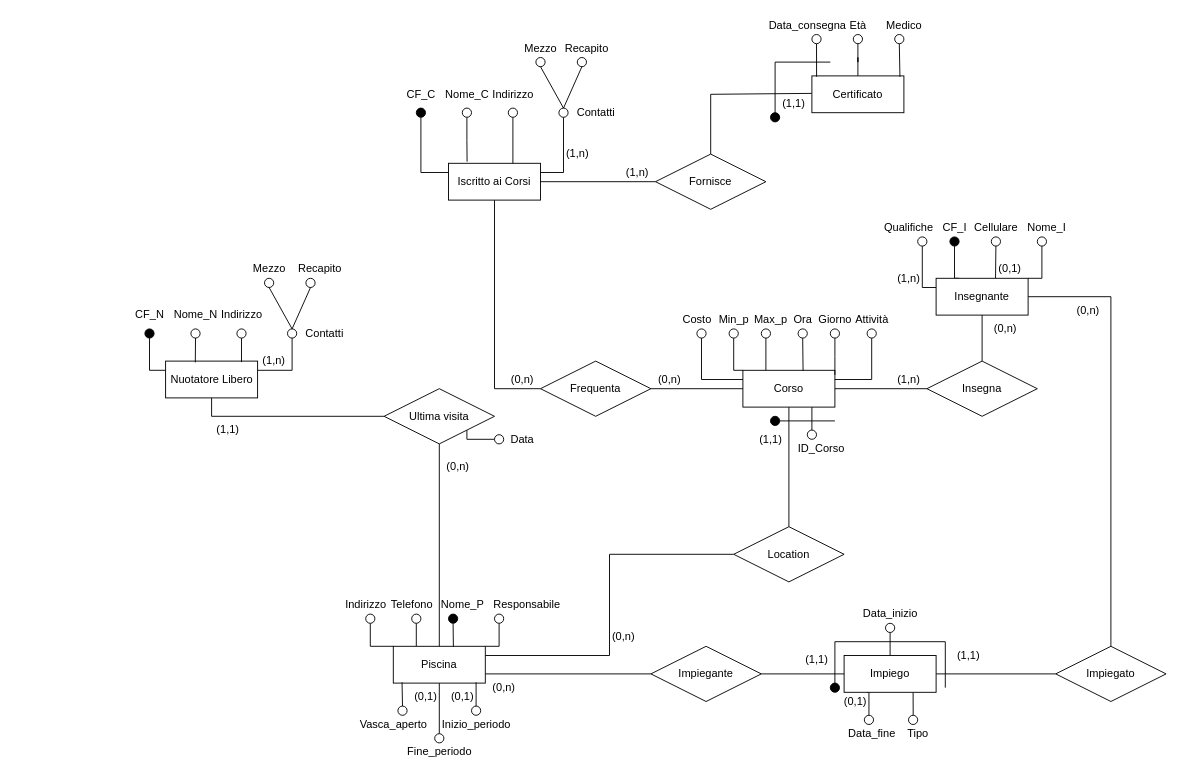
fra-dln/PiscineComunali keeps this draw.io diagram as ER Diagrams/logic diagram.drawio. Above is the earlier version. Source tidied: cells renumbered, new cells numbered last; positions are measured from the earlier drawing's top-left corner, leaving out a move shared by most shapes. Both pictures are drawn from the tidied source at 92%, with x=0, y=0 at pixel (126, 16).
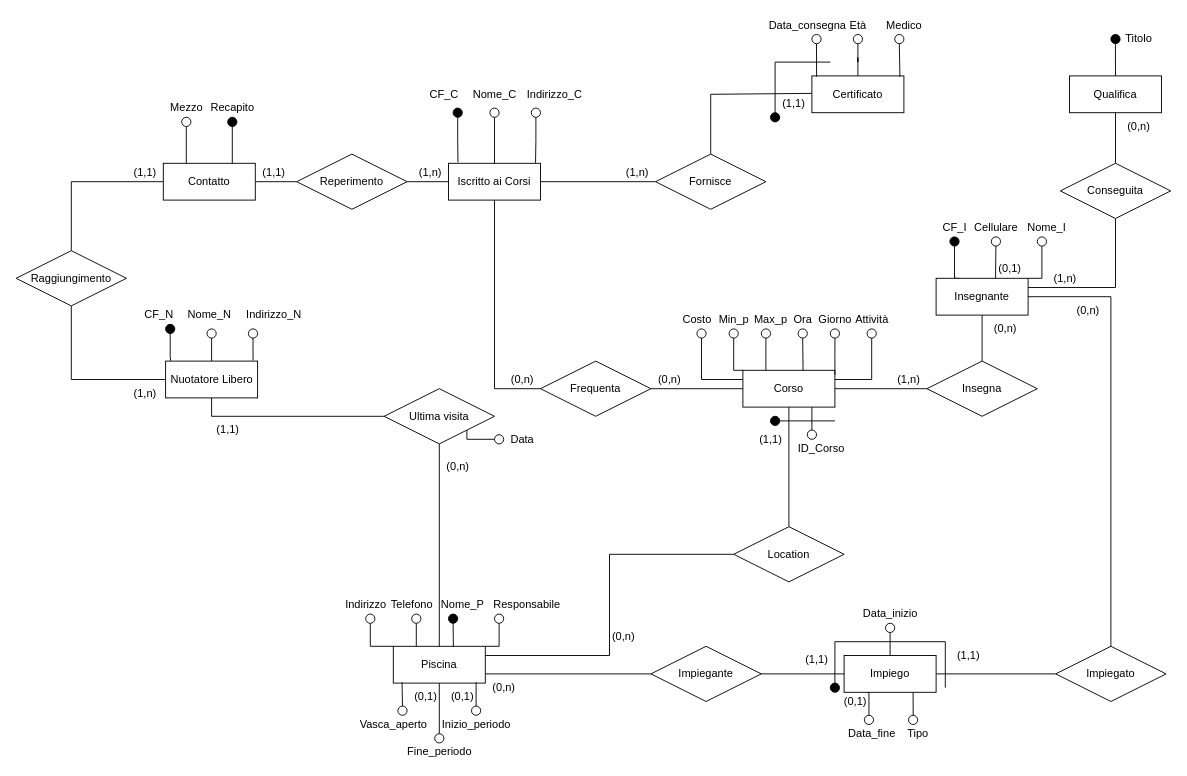
After the change.

Unchanged cells that the change refers to:
```xml
<mxCell id="5" value="Nuotatore Libero" style="whiteSpace=wrap;html=1;align=center;" parent="1" vertex="1">
  <mxGeometry x="42.5" y="375" width="100" height="40" as="geometry" />
</mxCell>
<mxCell id="8" value="Iscritto ai Corsi" style="whiteSpace=wrap;html=1;align=center;" parent="1" vertex="1">
  <mxGeometry x="350" y="160" width="100" height="40" as="geometry" />
</mxCell>
<mxCell id="17" value="Insegnante" style="whiteSpace=wrap;html=1;align=center;" parent="1" vertex="1">
  <mxGeometry x="880" y="285" width="100" height="40" as="geometry" />
</mxCell>
```

The edit, as a diff of the source:
```diff
@@
+    <mxCell id="171" style="edgeStyle=orthogonalEdgeStyle;rounded=0;jettySize=auto;html=1;exitX=1;exitY=0.25;exitDx=0;exitDy=0;endArrow=none;endFill=0;" parent="1" edge="1" source="17" target="194">
+      <mxGeometry relative="1" as="geometry" />
+    </mxCell>
@@
-    <mxCell id="82" style="edgeStyle=orthogonalEdgeStyle;rounded=0;jettySize=auto;html=1;exitX=0.5;exitY=1;exitDx=0;exitDy=0;entryX=0;entryY=0.25;entryDx=0;entryDy=0;endArrow=none;endFill=0;fillColor=#000000;" parent="1" edge="1" source="83" target="17">
-      <mxGeometry relative="1" as="geometry">
-        <Array as="points">
-          <mxPoint x="865" y="295" />
-        </Array>
-      </mxGeometry>
-    </mxCell>
-    <mxCell id="83" style="ellipse;whiteSpace=wrap;html=1;" parent="1" vertex="1">
-      <mxGeometry x="860" y="240" width="10" height="10" as="geometry" />
-    </mxCell>
-    <mxCell id="84" value="Qualifiche" style="text;html=1;align=center;verticalAlign=middle;strokeColor=none;fillColor=none;" parent="1" vertex="1">
-      <mxGeometry x="815" y="220" width="70" height="20" as="geometry" />
-    </mxCell>
-    <mxCell id="85" value="(1,n)" style="text;html=1;align=center;verticalAlign=middle;strokeColor=none;fillColor=none;" parent="1" vertex="1">
-      <mxGeometry x="830" y="275" width="40" height="20" as="geometry" />
-    </mxCell>
@@
-    <mxCell id="133" style="edgeStyle=orthogonalEdgeStyle;rounded=0;jettySize=auto;html=1;exitX=0.5;exitY=1;exitDx=0;exitDy=0;entryX=0;entryY=0.25;entryDx=0;entryDy=0;endArrow=none;endFill=0;" parent="1" edge="1" source="134" target="8">
+    <mxCell id="133" style="edgeStyle=orthogonalEdgeStyle;rounded=0;jettySize=auto;html=1;exitX=0.5;exitY=1;exitDx=0;exitDy=0;entryX=0.103;entryY=-0.024;entryDx=0;entryDy=0;endArrow=none;endFill=0;entryPerimeter=0;" parent="1" edge="1" source="134" target="8">
       <mxGeometry relative="1" as="geometry" />
     </mxCell>
     <mxCell id="134" style="ellipse;whiteSpace=wrap;html=1;fillColor=#000000;" parent="1" vertex="1">
-      <mxGeometry x="315" y="100" width="10" height="10" as="geometry" />
+      <mxGeometry x="355" y="100" width="10" height="10" as="geometry" />
     </mxCell>
-    <mxCell id="135" style="edgeStyle=orthogonalEdgeStyle;rounded=0;jettySize=auto;html=1;exitX=0.5;exitY=1;exitDx=0;exitDy=0;entryX=0.202;entryY=-0.044;entryDx=0;entryDy=0;entryPerimeter=0;endArrow=none;endFill=0;" parent="1" edge="1" source="136" target="8">
+    <mxCell id="135" style="edgeStyle=orthogonalEdgeStyle;rounded=0;jettySize=auto;html=1;exitX=0.5;exitY=1;exitDx=0;exitDy=0;entryX=0.5;entryY=0;entryDx=0;entryDy=0;endArrow=none;endFill=0;" parent="1" edge="1" source="136" target="8">
       <mxGeometry relative="1" as="geometry" />
     </mxCell>
     <mxCell id="136" style="ellipse;whiteSpace=wrap;html=1;" parent="1" vertex="1">
-      <mxGeometry x="365" y="100" width="10" height="10" as="geometry" />
+      <mxGeometry x="395" y="100" width="10" height="10" as="geometry" />
     </mxCell>
     <mxCell id="137" value="CF_C" style="text;html=1;align=center;verticalAlign=middle;strokeColor=none;fillColor=none;" parent="1" vertex="1">
-      <mxGeometry x="295" y="75" width="50" height="20" as="geometry" />
+      <mxGeometry x="320" y="75" width="50" height="20" as="geometry" />
     </mxCell>
-    <mxCell id="138" style="edgeStyle=orthogonalEdgeStyle;rounded=0;jettySize=auto;html=1;exitX=0.5;exitY=1;exitDx=0;exitDy=0;entryX=0.7;entryY=0;entryDx=0;entryDy=0;entryPerimeter=0;endArrow=none;endFill=0;" parent="1" edge="1" source="139" target="8">
+    <mxCell id="138" style="edgeStyle=orthogonalEdgeStyle;rounded=0;jettySize=auto;html=1;exitX=0.5;exitY=1;exitDx=0;exitDy=0;entryX=0.946;entryY=-0.012;entryDx=0;entryDy=0;entryPerimeter=0;endArrow=none;endFill=0;" parent="1" edge="1" source="139" target="8">
       <mxGeometry relative="1" as="geometry" />
     </mxCell>
     <mxCell id="139" style="ellipse;whiteSpace=wrap;html=1;" parent="1" vertex="1">
-      <mxGeometry x="415" y="100" width="10" height="10" as="geometry" />
+      <mxGeometry x="440" y="100" width="10" height="10" as="geometry" />
     </mxCell>
     <mxCell id="140" value="Nome_C" style="text;html=1;align=center;verticalAlign=middle;strokeColor=none;fillColor=none;" parent="1" vertex="1">
-      <mxGeometry x="340" y="75" width="60" height="20" as="geometry" />
+      <mxGeometry x="370" y="75" width="60" height="20" as="geometry" />
     </mxCell>
-    <mxCell id="141" value="Indirizzo" style="text;html=1;align=center;verticalAlign=middle;strokeColor=none;fillColor=none;" parent="1" vertex="1">
-      <mxGeometry x="390" y="75" width="60" height="20" as="geometry" />
+    <mxCell id="141" value="Indirizzo_C" style="text;html=1;align=center;verticalAlign=middle;strokeColor=none;fillColor=none;" parent="1" vertex="1">
+      <mxGeometry x="425" y="75" width="80" height="20" as="geometry" />
     </mxCell>
-    <mxCell id="142" style="edgeStyle=orthogonalEdgeStyle;rounded=0;jettySize=auto;html=1;exitX=0.5;exitY=1;exitDx=0;exitDy=0;entryX=1;entryY=0.25;entryDx=0;entryDy=0;endArrow=none;endFill=0;" parent="1" edge="1" source="143" target="8">
-      <mxGeometry relative="1" as="geometry" />
-    </mxCell>
-    <mxCell id="143" style="ellipse;whiteSpace=wrap;html=1;" parent="1" vertex="1">
-      <mxGeometry x="470" y="100" width="10" height="10" as="geometry" />
-    </mxCell>
-    <mxCell id="144" value="Contatti" style="text;html=1;align=center;verticalAlign=middle;strokeColor=none;fillColor=none;" parent="1" vertex="1">
-      <mxGeometry x="480" y="95" width="60" height="20" as="geometry" />
-    </mxCell>
-    <mxCell id="145" style="ellipse;whiteSpace=wrap;html=1;" parent="1" vertex="1">
-      <mxGeometry x="445" y="45" width="10" height="10" as="geometry" />
-    </mxCell>
-    <mxCell id="146" style="ellipse;whiteSpace=wrap;html=1;" parent="1" vertex="1">
-      <mxGeometry x="490" y="45" width="10" height="10" as="geometry" />
-    </mxCell>
-    <mxCell id="147" style="endArrow=none;html=1;rounded=0;fillColor=#000000;exitX=0.5;exitY=0;exitDx=0;exitDy=0;entryX=0.5;entryY=1;entryDx=0;entryDy=0;" parent="1" edge="1" source="143" target="146">
-      <mxGeometry relative="1" as="geometry" />
-    </mxCell>
-    <mxCell id="148" style="endArrow=none;html=1;rounded=0;fillColor=#000000;exitX=0.5;exitY=0;exitDx=0;exitDy=0;" parent="1" edge="1" source="143">
-      <mxGeometry relative="1" as="geometry">
-        <mxPoint x="450" y="55" as="targetPoint" />
-      </mxGeometry>
-    </mxCell>
-    <mxCell id="149" value="Mezzo" style="text;html=1;align=center;verticalAlign=middle;strokeColor=none;fillColor=none;" parent="1" vertex="1">
-      <mxGeometry x="425" y="25" width="50" height="20" as="geometry" />
-    </mxCell>
-    <mxCell id="150" value="Recapito" style="text;html=1;align=center;verticalAlign=middle;strokeColor=none;fillColor=none;" parent="1" vertex="1">
-      <mxGeometry x="470" y="25" width="60" height="20" as="geometry" />
-    </mxCell>
-    <mxCell id="151" value="(1,n)" style="text;html=1;align=center;verticalAlign=middle;strokeColor=none;fillColor=none;" parent="1" vertex="1">
-      <mxGeometry x="470" y="140" width="40" height="20" as="geometry" />
-    </mxCell>
-    <mxCell id="152" style="edgeStyle=orthogonalEdgeStyle;rounded=0;jettySize=auto;html=1;exitX=0.5;exitY=1;exitDx=0;exitDy=0;entryX=0;entryY=0.25;entryDx=0;entryDy=0;endArrow=none;endFill=0;" parent="1" edge="1" source="153" target="5">
+    <mxCell id="152" style="edgeStyle=orthogonalEdgeStyle;rounded=0;jettySize=auto;html=1;exitX=0.5;exitY=1;exitDx=0;exitDy=0;entryX=0.055;entryY=-0.008;entryDx=0;entryDy=0;endArrow=none;endFill=0;entryPerimeter=0;" parent="1" edge="1" source="153" target="5">
       <mxGeometry relative="1" as="geometry">
         <Array as="points">
-          <mxPoint x="24.5" y="385" />
+          <mxPoint x="48" y="370" />
+          <mxPoint x="48" y="370" />
         </Array>
       </mxGeometry>
     </mxCell>
     <mxCell id="153" style="ellipse;whiteSpace=wrap;html=1;fillColor=#000000;" parent="1" vertex="1">
-      <mxGeometry x="20" y="340" width="10" height="10" as="geometry" />
+      <mxGeometry x="42.5" y="335" width="10" height="10" as="geometry" />
     </mxCell>
-    <mxCell id="154" style="edgeStyle=orthogonalEdgeStyle;rounded=0;jettySize=auto;html=1;exitX=0.5;exitY=1;exitDx=0;exitDy=0;entryX=0.323;entryY=0.035;entryDx=0;entryDy=0;entryPerimeter=0;endArrow=none;endFill=0;" parent="1" edge="1" source="155" target="5">
+    <mxCell id="154" style="edgeStyle=orthogonalEdgeStyle;rounded=0;jettySize=auto;html=1;exitX=0.5;exitY=1;exitDx=0;exitDy=0;entryX=0.5;entryY=0;entryDx=0;entryDy=0;endArrow=none;endFill=0;" parent="1" edge="1" source="155" target="5">
       <mxGeometry relative="1" as="geometry" />
     </mxCell>
     <mxCell id="155" style="ellipse;whiteSpace=wrap;html=1;" parent="1" vertex="1">
-      <mxGeometry x="70" y="340" width="10" height="10" as="geometry" />
+      <mxGeometry x="87.5" y="340" width="10" height="10" as="geometry" />
     </mxCell>
     <mxCell id="156" value="CF_N" style="text;html=1;align=center;verticalAlign=middle;strokeColor=none;fillColor=none;" parent="1" vertex="1">
-      <mxGeometry y="315" width="50" height="20" as="geometry" />
+      <mxGeometry x="10" y="315" width="50" height="20" as="geometry" />
     </mxCell>
-    <mxCell id="157" style="edgeStyle=orthogonalEdgeStyle;rounded=0;jettySize=auto;html=1;exitX=0.5;exitY=1;exitDx=0;exitDy=0;entryX=0.825;entryY=0.027;entryDx=0;entryDy=0;entryPerimeter=0;endArrow=none;endFill=0;" parent="1" edge="1" source="158" target="5">
-      <mxGeometry relative="1" as="geometry" />
+    <mxCell id="157" style="edgeStyle=orthogonalEdgeStyle;rounded=0;jettySize=auto;html=1;exitX=0.5;exitY=1;exitDx=0;exitDy=0;entryX=0.951;entryY=-0.019;entryDx=0;entryDy=0;entryPerimeter=0;endArrow=none;endFill=0;" parent="1" edge="1" source="158" target="5">
+      <mxGeometry relative="1" as="geometry">
+        <Array as="points">
+          <mxPoint x="138" y="360" />
+          <mxPoint x="138" y="360" />
+        </Array>
+      </mxGeometry>
     </mxCell>
     <mxCell id="158" style="ellipse;whiteSpace=wrap;html=1;" parent="1" vertex="1">
-      <mxGeometry x="120" y="340" width="10" height="10" as="geometry" />
+      <mxGeometry x="132.5" y="340" width="10" height="10" as="geometry" />
     </mxCell>
     <mxCell id="159" value="Nome_N" style="text;html=1;align=center;verticalAlign=middle;strokeColor=none;fillColor=none;" parent="1" vertex="1">
-      <mxGeometry x="45" y="315" width="60" height="20" as="geometry" />
+      <mxGeometry x="60" y="315" width="60" height="20" as="geometry" />
     </mxCell>
-    <mxCell id="160" value="Indirizzo" style="text;html=1;align=center;verticalAlign=middle;strokeColor=none;fillColor=none;" parent="1" vertex="1">
-      <mxGeometry x="95" y="315" width="60" height="20" as="geometry" />
+    <mxCell id="160" value="Indirizzo_N" style="text;html=1;align=center;verticalAlign=middle;strokeColor=none;fillColor=none;" parent="1" vertex="1">
+      <mxGeometry x="120" y="315" width="80" height="20" as="geometry" />
     </mxCell>
-    <mxCell id="161" style="edgeStyle=orthogonalEdgeStyle;rounded=0;jettySize=auto;html=1;exitX=0.5;exitY=1;exitDx=0;exitDy=0;entryX=1;entryY=0.25;entryDx=0;entryDy=0;endArrow=none;endFill=0;" parent="1" edge="1" source="162" target="5">
-      <mxGeometry relative="1" as="geometry" />
-    </mxCell>
-    <mxCell id="162" style="ellipse;whiteSpace=wrap;html=1;" parent="1" vertex="1">
-      <mxGeometry x="175" y="340" width="10" height="10" as="geometry" />
-    </mxCell>
-    <mxCell id="163" value="Contatti" style="text;html=1;align=center;verticalAlign=middle;strokeColor=none;fillColor=none;" parent="1" vertex="1">
-      <mxGeometry x="185" y="335" width="60" height="20" as="geometry" />
-    </mxCell>
-    <mxCell id="164" style="ellipse;whiteSpace=wrap;html=1;" parent="1" vertex="1">
-      <mxGeometry x="150" y="285" width="10" height="10" as="geometry" />
-    </mxCell>
-    <mxCell id="165" style="ellipse;whiteSpace=wrap;html=1;" parent="1" vertex="1">
-      <mxGeometry x="195" y="285" width="10" height="10" as="geometry" />
-    </mxCell>
-    <mxCell id="166" style="endArrow=none;html=1;rounded=0;fillColor=#000000;exitX=0.5;exitY=0;exitDx=0;exitDy=0;entryX=0.5;entryY=1;entryDx=0;entryDy=0;" parent="1" edge="1" source="162" target="165">
-      <mxGeometry relative="1" as="geometry" />
-    </mxCell>
-    <mxCell id="167" style="endArrow=none;html=1;rounded=0;fillColor=#000000;exitX=0.5;exitY=0;exitDx=0;exitDy=0;" parent="1" edge="1" source="162">
-      <mxGeometry relative="1" as="geometry">
-        <mxPoint x="155" y="295" as="targetPoint" />
-      </mxGeometry>
-    </mxCell>
-    <mxCell id="168" value="Mezzo" style="text;html=1;align=center;verticalAlign=middle;strokeColor=none;fillColor=none;" parent="1" vertex="1">
-      <mxGeometry x="130" y="265" width="50" height="20" as="geometry" />
-    </mxCell>
-    <mxCell id="169" value="Recapito" style="text;html=1;align=center;verticalAlign=middle;strokeColor=none;fillColor=none;" parent="1" vertex="1">
-      <mxGeometry x="180" y="265" width="60" height="20" as="geometry" />
-    </mxCell>
-    <mxCell id="170" value="(1,n)" style="text;html=1;align=center;verticalAlign=middle;strokeColor=none;fillColor=none;" parent="1" vertex="1">
-      <mxGeometry x="140" y="365" width="40" height="20" as="geometry" />
-    </mxCell>
+    <mxCell id="172" style="edgeStyle=orthogonalEdgeStyle;rounded=0;jettySize=auto;html=1;exitX=1;exitY=0.5;exitDx=0;exitDy=0;entryX=0;entryY=0.5;entryDx=0;entryDy=0;endArrow=none;endFill=0;" parent="1" edge="1" source="174" target="182">
+      <mxGeometry relative="1" as="geometry" />
+    </mxCell>
+    <mxCell id="173" style="edgeStyle=orthogonalEdgeStyle;rounded=0;jettySize=auto;html=1;exitX=0;exitY=0.5;exitDx=0;exitDy=0;endArrow=none;endFill=0;" parent="1" edge="1" source="174" target="184">
+      <mxGeometry relative="1" as="geometry" />
+    </mxCell>
+    <mxCell id="174" value="Contatto" style="whiteSpace=wrap;html=1;align=center;" parent="1" vertex="1">
+      <mxGeometry x="40" y="160" width="100" height="40" as="geometry" />
+    </mxCell>
+    <mxCell id="175" style="edgeStyle=orthogonalEdgeStyle;rounded=0;jettySize=auto;html=1;exitX=0.5;exitY=1;exitDx=0;exitDy=0;entryX=0.25;entryY=0;entryDx=0;entryDy=0;endArrow=none;endFill=0;" parent="1" edge="1" source="176" target="174">
+      <mxGeometry relative="1" as="geometry" />
+    </mxCell>
+    <mxCell id="176" style="ellipse;whiteSpace=wrap;html=1;" parent="1" vertex="1">
+      <mxGeometry x="60" y="110" width="10" height="10" as="geometry" />
+    </mxCell>
+    <mxCell id="177" style="edgeStyle=orthogonalEdgeStyle;rounded=0;jettySize=auto;html=1;exitX=0.5;exitY=1;exitDx=0;exitDy=0;entryX=0.75;entryY=0;entryDx=0;entryDy=0;endArrow=none;endFill=0;" parent="1" edge="1" source="178" target="174">
+      <mxGeometry relative="1" as="geometry" />
+    </mxCell>
+    <mxCell id="178" style="ellipse;whiteSpace=wrap;html=1;fillColor=#000000;" parent="1" vertex="1">
+      <mxGeometry x="110" y="110" width="10" height="10" as="geometry" />
+    </mxCell>
+    <mxCell id="179" value="Mezzo" style="text;html=1;align=center;verticalAlign=middle;strokeColor=none;fillColor=none;" parent="1" vertex="1">
+      <mxGeometry x="40" y="90" width="50" height="20" as="geometry" />
+    </mxCell>
+    <mxCell id="180" value="Recapito" style="text;html=1;align=center;verticalAlign=middle;strokeColor=none;fillColor=none;" parent="1" vertex="1">
+      <mxGeometry x="85" y="90" width="60" height="20" as="geometry" />
+    </mxCell>
+    <mxCell id="181" style="edgeStyle=orthogonalEdgeStyle;rounded=0;jettySize=auto;html=1;exitX=1;exitY=0.5;exitDx=0;exitDy=0;entryX=0;entryY=0.5;entryDx=0;entryDy=0;endArrow=none;endFill=0;" parent="1" edge="1" source="182" target="8">
+      <mxGeometry relative="1" as="geometry" />
+    </mxCell>
+    <mxCell id="182" value="Reperimento" style="shape=rhombus;perimeter=rhombusPerimeter;whiteSpace=wrap;html=1;align=center;" parent="1" vertex="1">
+      <mxGeometry x="185" y="150" width="120" height="60" as="geometry" />
+    </mxCell>
+    <mxCell id="183" style="edgeStyle=orthogonalEdgeStyle;rounded=0;jettySize=auto;html=1;exitX=0.5;exitY=1;exitDx=0;exitDy=0;entryX=0;entryY=0.5;entryDx=0;entryDy=0;endArrow=none;endFill=0;" parent="1" edge="1" source="184" target="5">
+      <mxGeometry relative="1" as="geometry" />
+    </mxCell>
+    <mxCell id="184" value="Raggiungimento" style="shape=rhombus;perimeter=rhombusPerimeter;whiteSpace=wrap;html=1;align=center;" parent="1" vertex="1">
+      <mxGeometry x="-120" y="255" width="120" height="60" as="geometry" />
+    </mxCell>
+    <mxCell id="185" value="(1,n)" style="text;html=1;align=center;verticalAlign=middle;strokeColor=none;fillColor=none;" parent="1" vertex="1">
+      <mxGeometry y="400" width="40" height="20" as="geometry" />
+    </mxCell>
+    <mxCell id="186" value="(1,1)" style="text;html=1;align=center;verticalAlign=middle;strokeColor=none;fillColor=none;" parent="1" vertex="1">
+      <mxGeometry y="160" width="40" height="20" as="geometry" />
+    </mxCell>
+    <mxCell id="187" value="(1,1)" style="text;html=1;align=center;verticalAlign=middle;strokeColor=none;fillColor=none;" parent="1" vertex="1">
+      <mxGeometry x="140" y="160" width="40" height="20" as="geometry" />
+    </mxCell>
+    <mxCell id="188" value="(1,n)" style="text;html=1;align=center;verticalAlign=middle;strokeColor=none;fillColor=none;" parent="1" vertex="1">
+      <mxGeometry x="310" y="160" width="40" height="20" as="geometry" />
+    </mxCell>
+    <mxCell id="189" style="edgeStyle=orthogonalEdgeStyle;rounded=0;jettySize=auto;html=1;exitX=0.5;exitY=0;exitDx=0;exitDy=0;endArrow=none;endFill=0;" parent="1" edge="1" source="191">
+      <mxGeometry relative="1" as="geometry">
+        <mxPoint x="1074.9" y="30" as="targetPoint" />
+      </mxGeometry>
+    </mxCell>
+    <mxCell id="190" style="edgeStyle=orthogonalEdgeStyle;rounded=0;jettySize=auto;html=1;exitX=0.5;exitY=1;exitDx=0;exitDy=0;entryX=0.5;entryY=0;entryDx=0;entryDy=0;endArrow=none;endFill=0;" parent="1" edge="1" source="191" target="194">
+      <mxGeometry relative="1" as="geometry" />
+    </mxCell>
+    <mxCell id="191" value="Qualifica" style="whiteSpace=wrap;html=1;align=center;" parent="1" vertex="1">
+      <mxGeometry x="1025" y="65" width="100" height="40" as="geometry" />
+    </mxCell>
+    <mxCell id="192" style="ellipse;whiteSpace=wrap;html=1;fillColor=#000000;" parent="1" vertex="1">
+      <mxGeometry x="1070" y="20" width="10" height="10" as="geometry" />
+    </mxCell>
+    <mxCell id="193" value="Titolo" style="text;html=1;align=center;verticalAlign=middle;strokeColor=none;fillColor=none;" parent="1" vertex="1">
+      <mxGeometry x="1080" y="15" width="40" height="20" as="geometry" />
+    </mxCell>
+    <mxCell id="194" value="Conseguita" style="shape=rhombus;perimeter=rhombusPerimeter;whiteSpace=wrap;html=1;align=center;" parent="1" vertex="1">
+      <mxGeometry x="1015" y="160" width="120" height="60" as="geometry" />
+    </mxCell>
+    <mxCell id="195" value="(1,n)" style="text;html=1;align=center;verticalAlign=middle;strokeColor=none;fillColor=none;" parent="1" vertex="1">
+      <mxGeometry x="1000" y="275" width="40" height="20" as="geometry" />
+    </mxCell>
+    <mxCell id="196" value="(0,n)" style="text;html=1;align=center;verticalAlign=middle;strokeColor=none;fillColor=none;" parent="1" vertex="1">
+      <mxGeometry x="1080" y="110" width="40" height="20" as="geometry" />
+    </mxCell>
```
